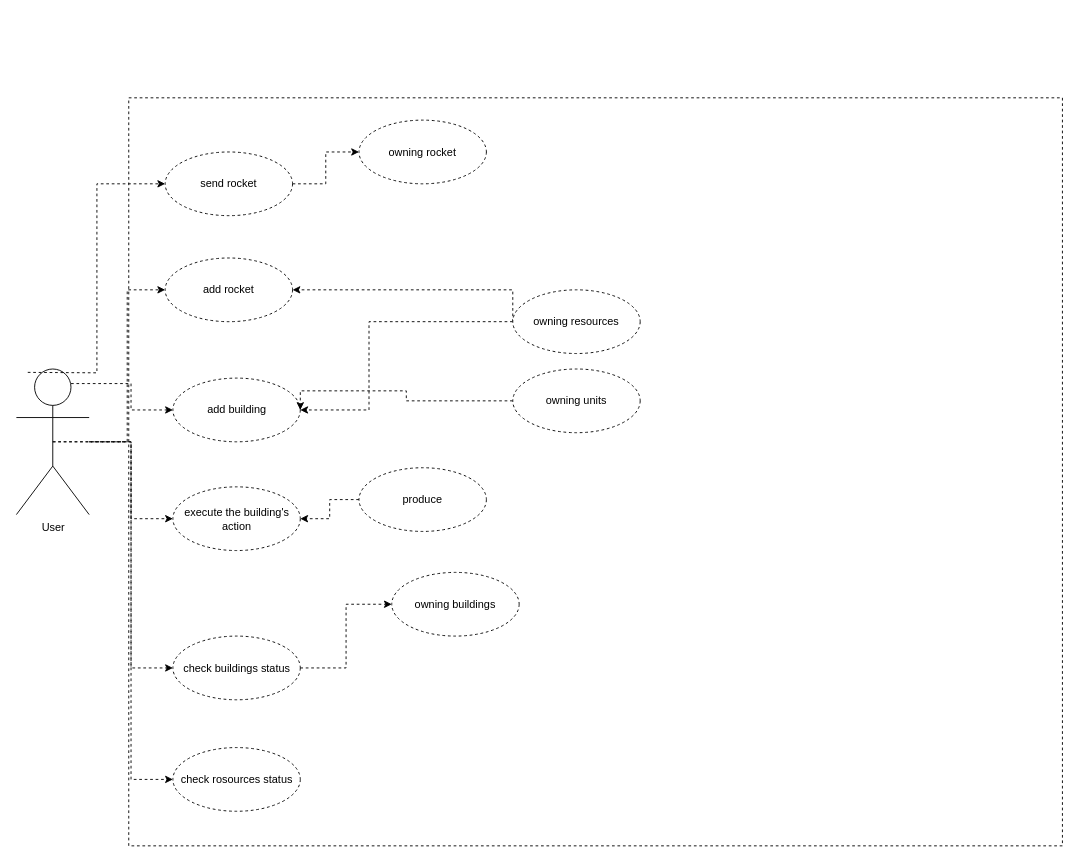
The draw.io diagram case-use-diagrams/user.drawio in Radekowicz/mars-base, before the edit. Source tidied: cells renumbered, new cells numbered last; positions are measured from the earlier drawing's top-left corner, leaving out a move shared by most shapes. Both pictures are drawn from the tidied source at 91%, with x=0, y=0 at pixel (15, 97).
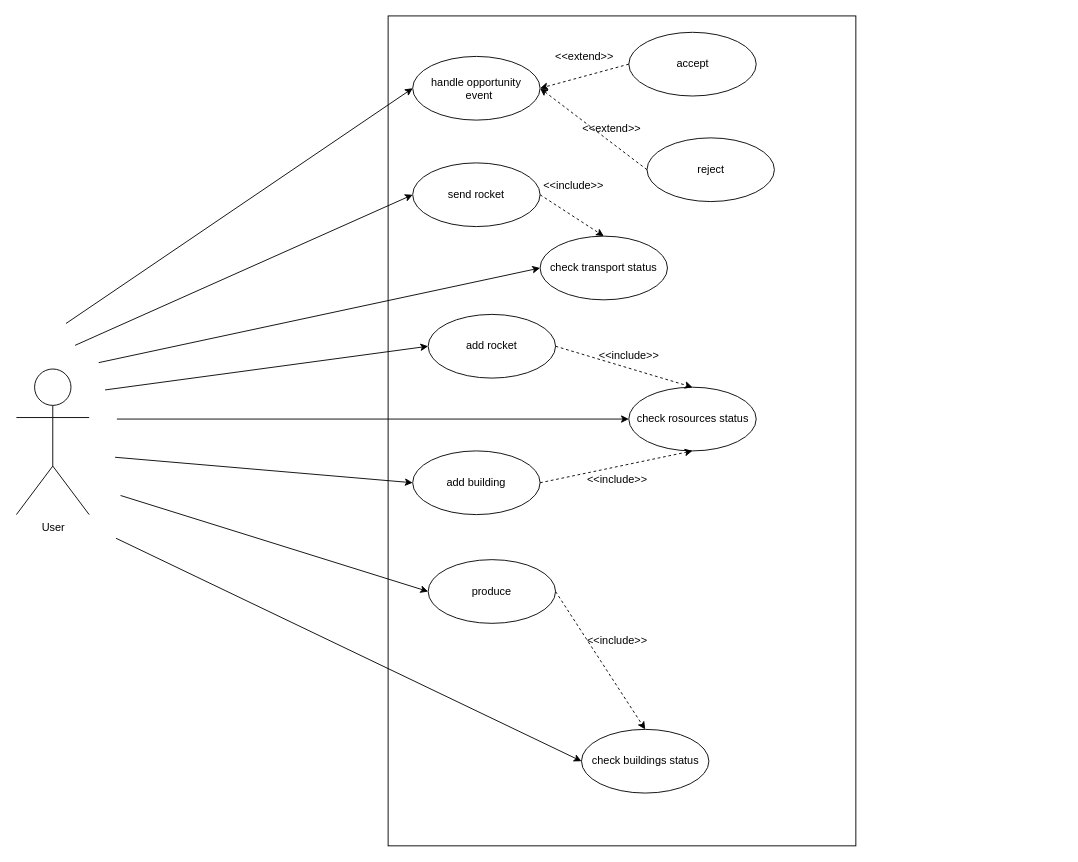
Above is the later version.

Unchanged cells that the change refers to:
```xml
<mxCell id="2" value="User" style="shape=umlActor;verticalLabelPosition=bottom;labelBackgroundColor=#ffffff;verticalAlign=top;html=1;outlineConnect=0;" parent="1" vertex="1">
  <mxGeometry x="0.5" y="298" width="80" height="160" as="geometry" />
</mxCell>
```

What changed in the source:
```diff
@@
-    <mxCell id="3" style="rounded=0;whiteSpace=wrap;html=1;glass=0;dashed=1;labelBackgroundColor=none;gradientColor=none;fontColor=none;" parent="1" vertex="1">
-      <mxGeometry x="124" width="1026" height="822" as="geometry" />
+    <mxCell id="3" style="rounded=0;whiteSpace=wrap;html=1;glass=0;labelBackgroundColor=none;gradientColor=none;fontColor=none;" parent="1" vertex="1">
+      <mxGeometry x="409" y="-90" width="514" height="912" as="geometry" />
     </mxCell>
-    <mxCell id="4" style="edgeStyle=orthogonalEdgeStyle;rounded=0;jettySize=auto;html=1;exitX=0;exitY=0.5;exitDx=0;exitDy=0;dashed=1;fontColor=none;entryX=0;entryY=0.5;entryDx=0;entryDy=0;" parent="1" edge="1" target="6">
-      <mxGeometry relative="1" as="geometry">
-        <mxPoint x="13" y="301.7" as="sourcePoint" />
-      </mxGeometry>
-    </mxCell>
-    <mxCell id="5" style="edgeStyle=orthogonalEdgeStyle;rounded=0;jettySize=auto;html=1;exitX=1;exitY=0.5;exitDx=0;exitDy=0;entryX=0;entryY=0.5;entryDx=0;entryDy=0;dashed=1;fontColor=none;" parent="1" edge="1" source="6" target="14">
-      <mxGeometry relative="1" as="geometry" />
-    </mxCell>
-    <mxCell id="6" value="send rocket" style="ellipse;whiteSpace=wrap;html=1;glass=0;dashed=1;labelBackgroundColor=none;gradientColor=none;fontColor=none;" parent="1" vertex="1">
-      <mxGeometry x="164" y="59.5" width="140" height="70" as="geometry" />
+    <mxCell id="6" value="send rocket" style="ellipse;whiteSpace=wrap;html=1;glass=0;labelBackgroundColor=none;gradientColor=none;fontColor=none;" parent="1" vertex="1">
+      <mxGeometry x="436" y="71.5" width="140" height="70" as="geometry" />
     </mxCell>
-    <mxCell id="7" style="edgeStyle=orthogonalEdgeStyle;rounded=0;jettySize=auto;html=1;dashed=1;fontColor=none;entryX=0;entryY=0.5;entryDx=0;entryDy=0;" parent="1" edge="1" source="2" target="8">
-      <mxGeometry relative="1" as="geometry" />
-    </mxCell>
-    <mxCell id="8" value="add rocket" style="ellipse;whiteSpace=wrap;html=1;glass=0;dashed=1;labelBackgroundColor=none;gradientColor=none;fontColor=none;" parent="1" vertex="1">
-      <mxGeometry x="164" y="176" width="140" height="70" as="geometry" />
+    <mxCell id="8" value="add rocket" style="ellipse;whiteSpace=wrap;html=1;glass=0;labelBackgroundColor=none;gradientColor=none;fontColor=none;" parent="1" vertex="1">
+      <mxGeometry x="453" y="238" width="140" height="70" as="geometry" />
     </mxCell>
-    <mxCell id="9" style="edgeStyle=orthogonalEdgeStyle;rounded=0;jettySize=auto;html=1;exitX=0.75;exitY=0.1;exitDx=0;exitDy=0;entryX=0;entryY=0.5;entryDx=0;entryDy=0;dashed=1;fontColor=none;exitPerimeter=0;" parent="1" edge="1" source="2" target="10">
-      <mxGeometry relative="1" as="geometry" />
-    </mxCell>
-    <mxCell id="10" value="add building" style="ellipse;whiteSpace=wrap;html=1;glass=0;dashed=1;labelBackgroundColor=none;gradientColor=none;fontColor=none;" parent="1" vertex="1">
-      <mxGeometry x="172.5" y="308" width="140" height="70" as="geometry" />
+    <mxCell id="10" value="add building" style="ellipse;whiteSpace=wrap;html=1;glass=0;labelBackgroundColor=none;gradientColor=none;fontColor=none;" parent="1" vertex="1">
+      <mxGeometry x="436" y="388" width="140" height="70" as="geometry" />
     </mxCell>
-    <mxCell id="11" style="edgeStyle=orthogonalEdgeStyle;rounded=0;jettySize=auto;html=1;exitX=0;exitY=0.5;exitDx=0;exitDy=0;entryX=1;entryY=0.5;entryDx=0;entryDy=0;dashed=1;fontColor=none;" parent="1" edge="1" source="13" target="8">
-      <mxGeometry relative="1" as="geometry">
-        <Array as="points">
-          <mxPoint x="546" y="211" />
-        </Array>
-      </mxGeometry>
-    </mxCell>
-    <mxCell id="12" style="edgeStyle=orthogonalEdgeStyle;rounded=0;jettySize=auto;html=1;exitX=0;exitY=0.5;exitDx=0;exitDy=0;entryX=1;entryY=0.5;entryDx=0;entryDy=0;dashed=1;fontColor=none;" parent="1" edge="1" source="13" target="10">
-      <mxGeometry relative="1" as="geometry">
-        <Array as="points">
-          <mxPoint x="388" y="246" />
-          <mxPoint x="388" y="343" />
-        </Array>
-      </mxGeometry>
-    </mxCell>
-    <mxCell id="13" value="owning resources" style="ellipse;whiteSpace=wrap;html=1;glass=0;dashed=1;labelBackgroundColor=none;gradientColor=none;fontColor=none;" parent="1" vertex="1">
-      <mxGeometry x="546" y="211" width="140" height="70" as="geometry" />
-    </mxCell>
-    <mxCell id="14" value="owning rocket" style="ellipse;whiteSpace=wrap;html=1;glass=0;dashed=1;labelBackgroundColor=none;gradientColor=none;fontColor=none;" parent="1" vertex="1">
-      <mxGeometry x="377" y="24.5" width="140" height="70" as="geometry" />
-    </mxCell>
-    <mxCell id="15" style="edgeStyle=orthogonalEdgeStyle;rounded=0;jettySize=auto;html=1;exitX=1;exitY=0.5;exitDx=0;exitDy=0;entryX=0;entryY=0.5;entryDx=0;entryDy=0;fontColor=none;dashed=1;" parent="1" edge="1" source="17" target="24">
-      <mxGeometry relative="1" as="geometry" />
-    </mxCell>
-    <mxCell id="16" style="edgeStyle=orthogonalEdgeStyle;rounded=0;jettySize=auto;html=1;exitX=0.5;exitY=0.5;exitDx=0;exitDy=0;entryX=0;entryY=0.5;entryDx=0;entryDy=0;dashed=1;fontColor=none;exitPerimeter=0;" parent="1" edge="1" source="2" target="17">
-      <mxGeometry relative="1" as="geometry" />
-    </mxCell>
-    <mxCell id="17" value="check buildings status" style="ellipse;whiteSpace=wrap;html=1;glass=0;dashed=1;labelBackgroundColor=none;gradientColor=none;fontColor=none;" parent="1" vertex="1">
-      <mxGeometry x="172.5" y="591.5" width="140" height="70" as="geometry" />
+    <mxCell id="17" value="check buildings status" style="ellipse;whiteSpace=wrap;html=1;glass=0;labelBackgroundColor=none;gradientColor=none;fontColor=none;" parent="1" vertex="1">
+      <mxGeometry x="621.5" y="694" width="140" height="70" as="geometry" />
     </mxCell>
-    <mxCell id="18" style="edgeStyle=orthogonalEdgeStyle;rounded=0;jettySize=auto;html=1;dashed=1;fontColor=none;entryX=0;entryY=0.5;entryDx=0;entryDy=0;" parent="1" edge="1" source="2" target="19">
-      <mxGeometry relative="1" as="geometry" />
-    </mxCell>
-    <mxCell id="19" value="check rosources status" style="ellipse;whiteSpace=wrap;html=1;glass=0;dashed=1;labelBackgroundColor=none;gradientColor=none;fontColor=none;" parent="1" vertex="1">
-      <mxGeometry x="172.5" y="714" width="140" height="70" as="geometry" />
+    <mxCell id="19" value="check rosources status" style="ellipse;whiteSpace=wrap;html=1;glass=0;labelBackgroundColor=none;gradientColor=none;fontColor=none;" parent="1" vertex="1">
+      <mxGeometry x="673.5" y="318" width="140" height="70" as="geometry" />
     </mxCell>
-    <mxCell id="20" style="edgeStyle=orthogonalEdgeStyle;rounded=0;jettySize=auto;html=1;exitX=0.5;exitY=0.5;exitDx=0;exitDy=0;entryX=0;entryY=0.5;entryDx=0;entryDy=0;dashed=1;fontColor=none;exitPerimeter=0;" parent="1" edge="1" source="2" target="21">
-      <mxGeometry relative="1" as="geometry" />
-    </mxCell>
-    <mxCell id="21" value="execute the building's action" style="ellipse;whiteSpace=wrap;html=1;glass=0;dashed=1;labelBackgroundColor=none;gradientColor=none;fontColor=none;" parent="1" vertex="1">
-      <mxGeometry x="172.5" y="427.5" width="140" height="70" as="geometry" />
+    <mxCell id="21" value="produce" style="ellipse;whiteSpace=wrap;html=1;glass=0;labelBackgroundColor=none;gradientColor=none;fontColor=none;" parent="1" vertex="1">
+      <mxGeometry x="453" y="507.5" width="140" height="70" as="geometry" />
     </mxCell>
-    <mxCell id="22" style="edgeStyle=orthogonalEdgeStyle;rounded=0;jettySize=auto;html=1;exitX=0;exitY=0.5;exitDx=0;exitDy=0;entryX=1;entryY=0.5;entryDx=0;entryDy=0;dashed=1;fontColor=none;" parent="1" edge="1" source="23" target="21">
-      <mxGeometry relative="1" as="geometry" />
-    </mxCell>
-    <mxCell id="23" value="produce" style="ellipse;whiteSpace=wrap;html=1;glass=0;dashed=1;labelBackgroundColor=none;gradientColor=none;fontColor=none;" parent="1" vertex="1">
-      <mxGeometry x="377" y="406.5" width="140" height="70" as="geometry" />
-    </mxCell>
-    <mxCell id="24" value="owning buildings&lt;br&gt;" style="ellipse;whiteSpace=wrap;html=1;glass=0;dashed=1;labelBackgroundColor=none;gradientColor=none;fontColor=none;" parent="1" vertex="1">
-      <mxGeometry x="413" y="521.5" width="140" height="70" as="geometry" />
-    </mxCell>
-    <mxCell id="25" style="edgeStyle=orthogonalEdgeStyle;rounded=0;jettySize=auto;html=1;exitX=0;exitY=0.5;exitDx=0;exitDy=0;entryX=1;entryY=0.5;entryDx=0;entryDy=0;dashed=1;fontColor=none;" parent="1" edge="1" source="26" target="10">
-      <mxGeometry relative="1" as="geometry">
-        <Array as="points">
-          <mxPoint x="429" y="333" />
-          <mxPoint x="429" y="322" />
-          <mxPoint x="313" y="322" />
-        </Array>
-      </mxGeometry>
-    </mxCell>
-    <mxCell id="26" value="owning units&lt;br&gt;" style="ellipse;whiteSpace=wrap;html=1;glass=0;dashed=1;labelBackgroundColor=none;gradientColor=none;fontColor=none;" parent="1" vertex="1">
-      <mxGeometry x="546" y="298" width="140" height="70" as="geometry" />
-    </mxCell>
+    <mxCell id="27" style="endArrow=classic;html=1;entryX=0;entryY=0.5;entryDx=0;entryDy=0;" parent="1" edge="1" target="19">
+      <mxGeometry relative="1" as="geometry">
+        <mxPoint x="111" y="353" as="sourcePoint" />
+      </mxGeometry>
+    </mxCell>
+    <mxCell id="28" style="endArrow=classic;html=1;entryX=0;entryY=0.5;entryDx=0;entryDy=0;" parent="1" edge="1" target="8">
+      <mxGeometry relative="1" as="geometry">
+        <mxPoint x="98" y="321" as="sourcePoint" />
+      </mxGeometry>
+    </mxCell>
+    <mxCell id="29" style="endArrow=classic;html=1;entryX=0;entryY=0.5;entryDx=0;entryDy=0;" parent="1" edge="1" target="6">
+      <mxGeometry relative="1" as="geometry">
+        <mxPoint x="65" y="272" as="sourcePoint" />
+      </mxGeometry>
+    </mxCell>
+    <mxCell id="30" style="endArrow=classic;html=1;entryX=0;entryY=0.5;entryDx=0;entryDy=0;" parent="1" edge="1" target="10">
+      <mxGeometry relative="1" as="geometry">
+        <mxPoint x="109" y="395" as="sourcePoint" />
+      </mxGeometry>
+    </mxCell>
+    <mxCell id="31" style="endArrow=classic;html=1;entryX=0;entryY=0.5;entryDx=0;entryDy=0;" parent="1" edge="1" target="21">
+      <mxGeometry relative="1" as="geometry">
+        <mxPoint x="115" y="437" as="sourcePoint" />
+      </mxGeometry>
+    </mxCell>
+    <mxCell id="32" style="endArrow=classic;html=1;entryX=0;entryY=0.5;entryDx=0;entryDy=0;" parent="1" edge="1" target="17">
+      <mxGeometry relative="1" as="geometry">
+        <mxPoint x="110" y="484" as="sourcePoint" />
+      </mxGeometry>
+    </mxCell>
+    <mxCell id="33" style="endArrow=classic;html=1;dashed=1;entryX=0.5;entryY=0;entryDx=0;entryDy=0;exitX=1;exitY=0.5;exitDx=0;exitDy=0;" parent="1" edge="1" source="21" target="17">
+      <mxGeometry relative="1" as="geometry" />
+    </mxCell>
+    <mxCell id="34" style="endArrow=classic;html=1;dashed=1;entryX=0.5;entryY=1;entryDx=0;entryDy=0;exitX=1;exitY=0.5;exitDx=0;exitDy=0;" parent="1" edge="1" source="10" target="19">
+      <mxGeometry relative="1" as="geometry" />
+    </mxCell>
+    <mxCell id="35" style="endArrow=classic;html=1;dashed=1;entryX=0.5;entryY=0;entryDx=0;entryDy=0;exitX=1;exitY=0.5;exitDx=0;exitDy=0;" parent="1" edge="1" source="8" target="19">
+      <mxGeometry relative="1" as="geometry" />
+    </mxCell>
+    <mxCell id="36" value="&amp;lt;&amp;lt;include&amp;gt;&amp;gt;" style="text;html=1;strokeColor=none;fillColor=none;align=center;verticalAlign=middle;whiteSpace=wrap;rounded=0;" parent="1" vertex="1">
+      <mxGeometry x="641" y="587" width="40" height="20" as="geometry" />
+    </mxCell>
+    <mxCell id="37" value="&amp;lt;&amp;lt;include&amp;gt;&amp;gt;" style="text;html=1;strokeColor=none;fillColor=none;align=center;verticalAlign=middle;whiteSpace=wrap;rounded=0;" parent="1" vertex="1">
+      <mxGeometry x="653.5" y="273" width="40" height="20" as="geometry" />
+    </mxCell>
+    <mxCell id="38" value="&amp;lt;&amp;lt;include&amp;gt;&amp;gt;" style="text;html=1;strokeColor=none;fillColor=none;align=center;verticalAlign=middle;whiteSpace=wrap;rounded=0;" parent="1" vertex="1">
+      <mxGeometry x="641" y="410" width="40" height="20" as="geometry" />
+    </mxCell>
+    <mxCell id="39" value="check transport status" style="ellipse;whiteSpace=wrap;html=1;glass=0;labelBackgroundColor=none;gradientColor=none;fontColor=none;" parent="1" vertex="1">
+      <mxGeometry x="576" y="152" width="140" height="70" as="geometry" />
+    </mxCell>
+    <mxCell id="40" style="endArrow=classic;html=1;entryX=0;entryY=0.5;entryDx=0;entryDy=0;" parent="1" edge="1" target="39">
+      <mxGeometry relative="1" as="geometry">
+        <mxPoint x="91" y="291" as="sourcePoint" />
+      </mxGeometry>
+    </mxCell>
+    <mxCell id="41" style="endArrow=classic;html=1;dashed=1;entryX=0.5;entryY=0;entryDx=0;entryDy=0;exitX=1;exitY=0.5;exitDx=0;exitDy=0;" parent="1" edge="1" source="6" target="39">
+      <mxGeometry relative="1" as="geometry" />
+    </mxCell>
+    <mxCell id="42" value="&amp;lt;&amp;lt;include&amp;gt;&amp;gt;" style="text;html=1;strokeColor=none;fillColor=none;align=center;verticalAlign=middle;whiteSpace=wrap;rounded=0;" parent="1" vertex="1">
+      <mxGeometry x="593" y="86.5" width="40" height="20" as="geometry" />
+    </mxCell>
+    <mxCell id="43" value="handle&amp;nbsp;opportunity&lt;br&gt;&amp;nbsp; event" style="ellipse;whiteSpace=wrap;html=1;glass=0;labelBackgroundColor=none;gradientColor=none;fontColor=none;" parent="1" vertex="1">
+      <mxGeometry x="436" y="-45.5" width="140" height="70" as="geometry" />
+    </mxCell>
+    <mxCell id="44" value="accept" style="ellipse;whiteSpace=wrap;html=1;glass=0;labelBackgroundColor=none;gradientColor=none;fontColor=none;" parent="1" vertex="1">
+      <mxGeometry x="673.5" y="-72" width="140" height="70" as="geometry" />
+    </mxCell>
+    <mxCell id="45" value="reject" style="ellipse;whiteSpace=wrap;html=1;glass=0;labelBackgroundColor=none;gradientColor=none;fontColor=none;" parent="1" vertex="1">
+      <mxGeometry x="693.5" y="44" width="140" height="70" as="geometry" />
+    </mxCell>
+    <mxCell id="46" style="endArrow=classic;html=1;dashed=1;entryX=1;entryY=0.5;entryDx=0;entryDy=0;exitX=0;exitY=0.5;exitDx=0;exitDy=0;" parent="1" edge="1" source="44" target="43">
+      <mxGeometry relative="1" as="geometry" />
+    </mxCell>
+    <mxCell id="47" style="endArrow=classic;html=1;dashed=1;entryX=1;entryY=0.5;entryDx=0;entryDy=0;exitX=0;exitY=0.5;exitDx=0;exitDy=0;" parent="1" edge="1" source="45" target="43">
+      <mxGeometry relative="1" as="geometry" />
+    </mxCell>
+    <mxCell id="48" style="endArrow=classic;html=1;entryX=0;entryY=0.5;entryDx=0;entryDy=0;" parent="1" edge="1" target="43">
+      <mxGeometry relative="1" as="geometry">
+        <mxPoint x="55" y="248" as="sourcePoint" />
+      </mxGeometry>
+    </mxCell>
+    <mxCell id="49" value="&amp;lt;&amp;lt;extend&amp;gt;&amp;gt;" style="text;html=1;strokeColor=none;fillColor=none;align=center;verticalAlign=middle;whiteSpace=wrap;rounded=0;" parent="1" vertex="1">
+      <mxGeometry x="605" y="-55.5" width="40" height="20" as="geometry" />
+    </mxCell>
+    <mxCell id="50" value="&amp;lt;&amp;lt;extend&amp;gt;&amp;gt;" style="text;html=1;strokeColor=none;fillColor=none;align=center;verticalAlign=middle;whiteSpace=wrap;rounded=0;" parent="1" vertex="1">
+      <mxGeometry x="635" y="24" width="40" height="20" as="geometry" />
+    </mxCell>
```
